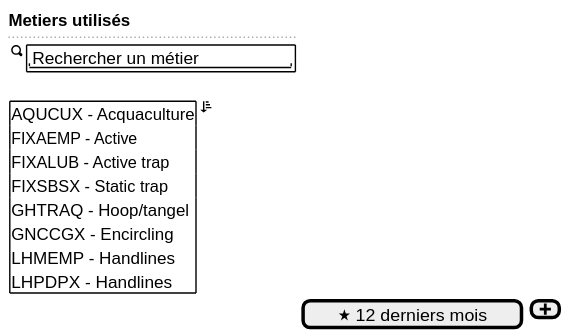
This is use-case/collect/trip/landing-ui-list-metier.svg from sumaris-net/sumaris-doc, a PlantUML export, as it was before one commit. Its source is kept beside it as use-case/collect/trip/landing-ui-list-metier.puml. Its diagram source:
```plantuml
@startsalt
{
  <b>Metiers utilisés
  ..
  {<&magnifying-glass> {+  "  Rechercher un métier "    } }
  .
  {
    {+
        AQUCUX - Acquaculture
        FIXAEMP - Active
        FIXALUB - Active trap
        FIXSBSX - Static trap
        GHTRAQ - Hoop/tangel
        GNCCGX - Encircling
        LHMEMP - Handlines
        LHPDPX - Handlines
    } |<&sort-ascending>
  }
  .| [<&star> 12 derniers mois] | [<&plus>]
}
@endsalt
```
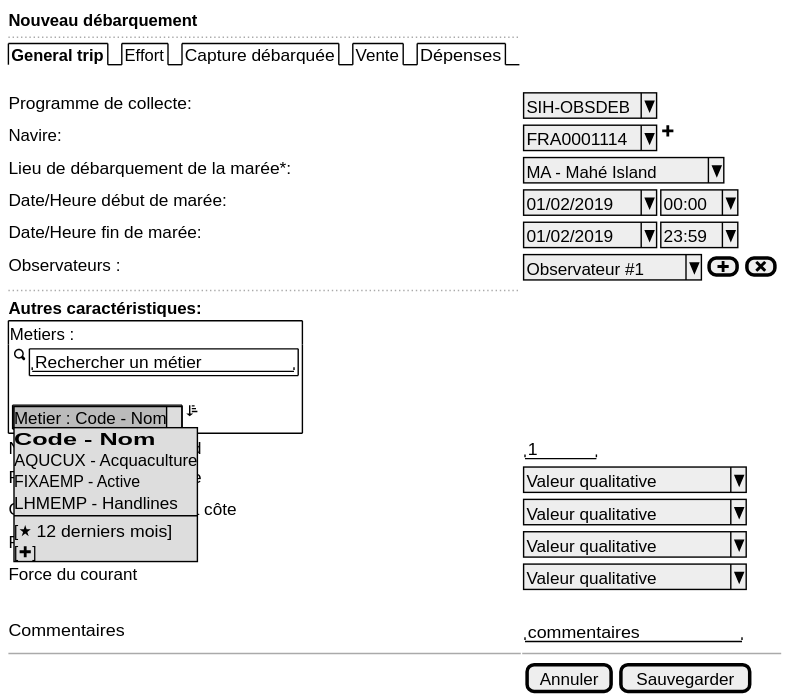
After the change.

The edit, as a diff of the source:
```diff
@@ -1,21 +1,42 @@
 @startsalt
 {
-  <b>Metiers utilisés
+  <b>Nouveau débarquement
   ..
-  {<&magnifying-glass> {+  "  Rechercher un métier "    } }
+  {/ <b>General trip | Effort | Capture débarquée | Vente | Dépenses }
   .
+  Programme de collecte:    | { ^SIH-OBSDEB^ }
+  Navire:                   | { ^FRA0001114^ | <&plus> }
+  Lieu de débarquement de la marée*:     | { ^MA - Mahé Island^ }
+  Date/Heure début de marée:  | { ^01/02/2019^ | ^00:00^ }
+  Date/Heure fin de marée:  | { ^01/02/2019^ | ^23:59^ }
+  Observateurs :            | { ^Observateur #1^ | [<&plus>] | [<&x>]}
+  ..
+  <b>Autres caractéristiques:
+  {+
+  Metiers :
+
+
   {
-    {+
-        AQUCUX - Acquaculture
-        FIXAEMP - Active
-        FIXALUB - Active trap
-        FIXSBSX - Static trap
-        GHTRAQ - Hoop/tangel
-        GNCCGX - Encircling
-        LHMEMP - Handlines
-        LHPDPX - Handlines
-    } |<&sort-ascending>
+    {<&magnifying-glass> {+  "  Rechercher un métier "    } }
+    .
+    {
+      {+
+      {*  Metier : Code - Nom
+      Metier : Code - Nom  | <b>Code       -       Nom  | AQUCUX - Acquaculture  | FIXAEMP - Active | LHMEMP - Handlines |  -  | [<&star> 12 derniers mois] | [<&plus>] }
+      } | <&sort-ascending>
+    }
   }
-  .| [<&star> 12 derniers mois] | [<&plus>]
+    }
+  Nombre d'homme à bord           | { "   1  " }
+  Principale zone de pêche        | { ^Valeur qualitative^ }
+  Gradient de distance à la côte  | { ^Valeur qualitative^ }
+  Force du vent                   | { ^Valeur qualitative^ }
+  Force du courant                | { ^Valeur qualitative^ }
+  .
+  Commentaires              | { "commentaires       "}
+
+  -- | --
+
+  .                          | {[Annuler] | [Sauvegarder]}
 }
 @endsalt
```
